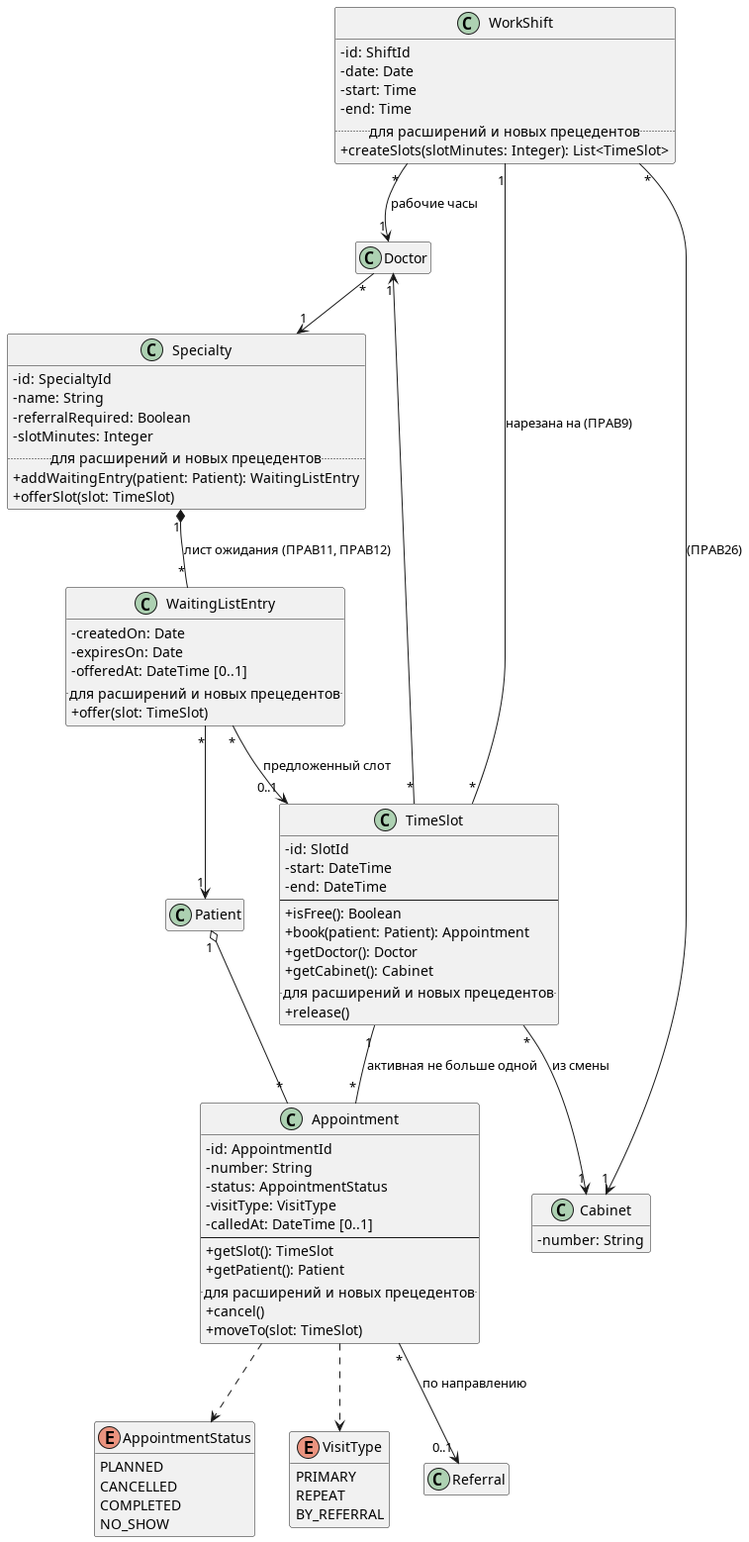
penamarth/bsbo-11-24_team3_var3_clinic keeps this PlantUML diagram as img/classes-scheduling.png. Above is the earlier version.
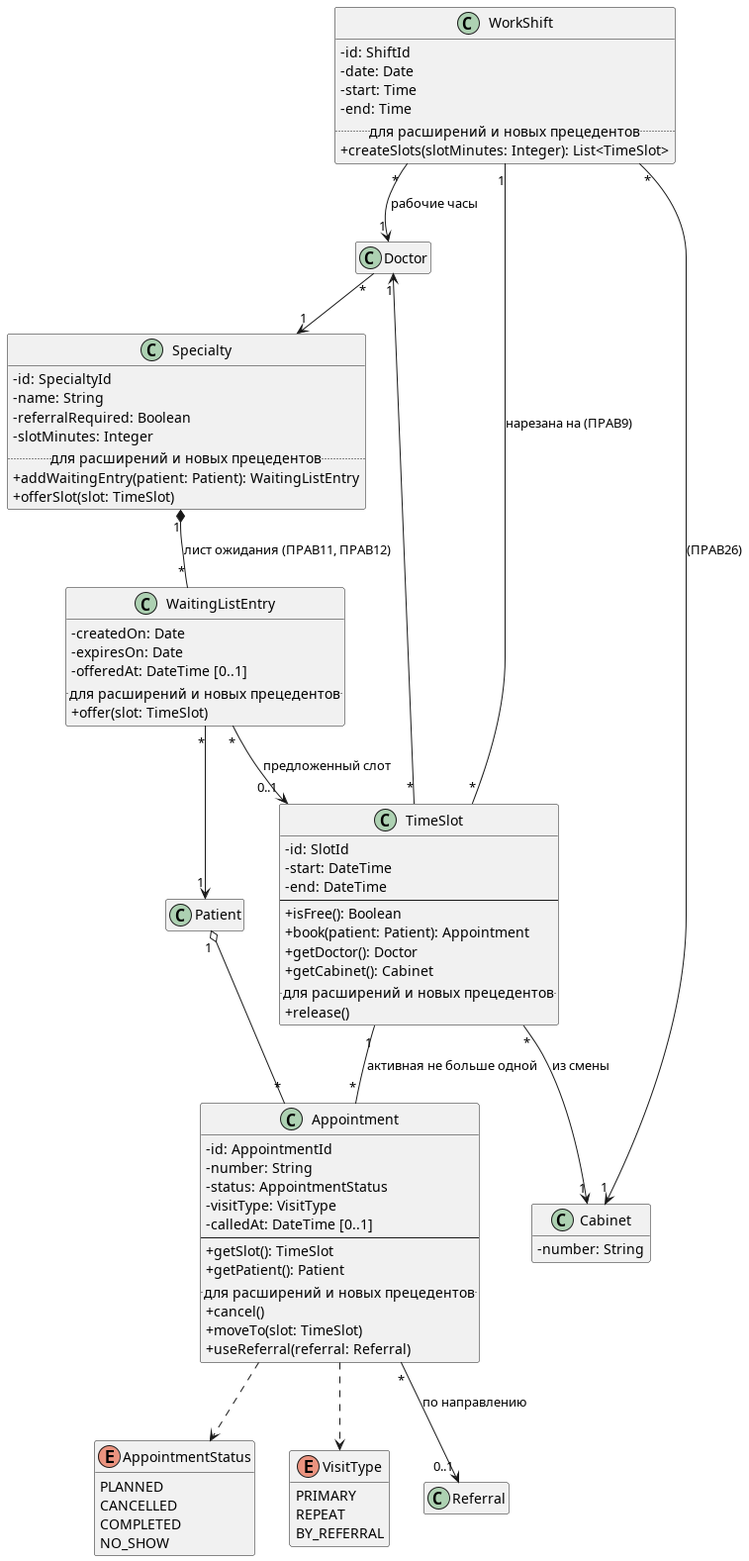
After the change.

What changed in the source:
```diff
@@ -38,6 +38,7 @@
   .. для расширений и новых прецедентов ..
   + cancel()
   + moveTo(slot: TimeSlot)
+  + useReferral(referral: Referral)
 }
 enum AppointmentStatus {
   PLANNED
```
